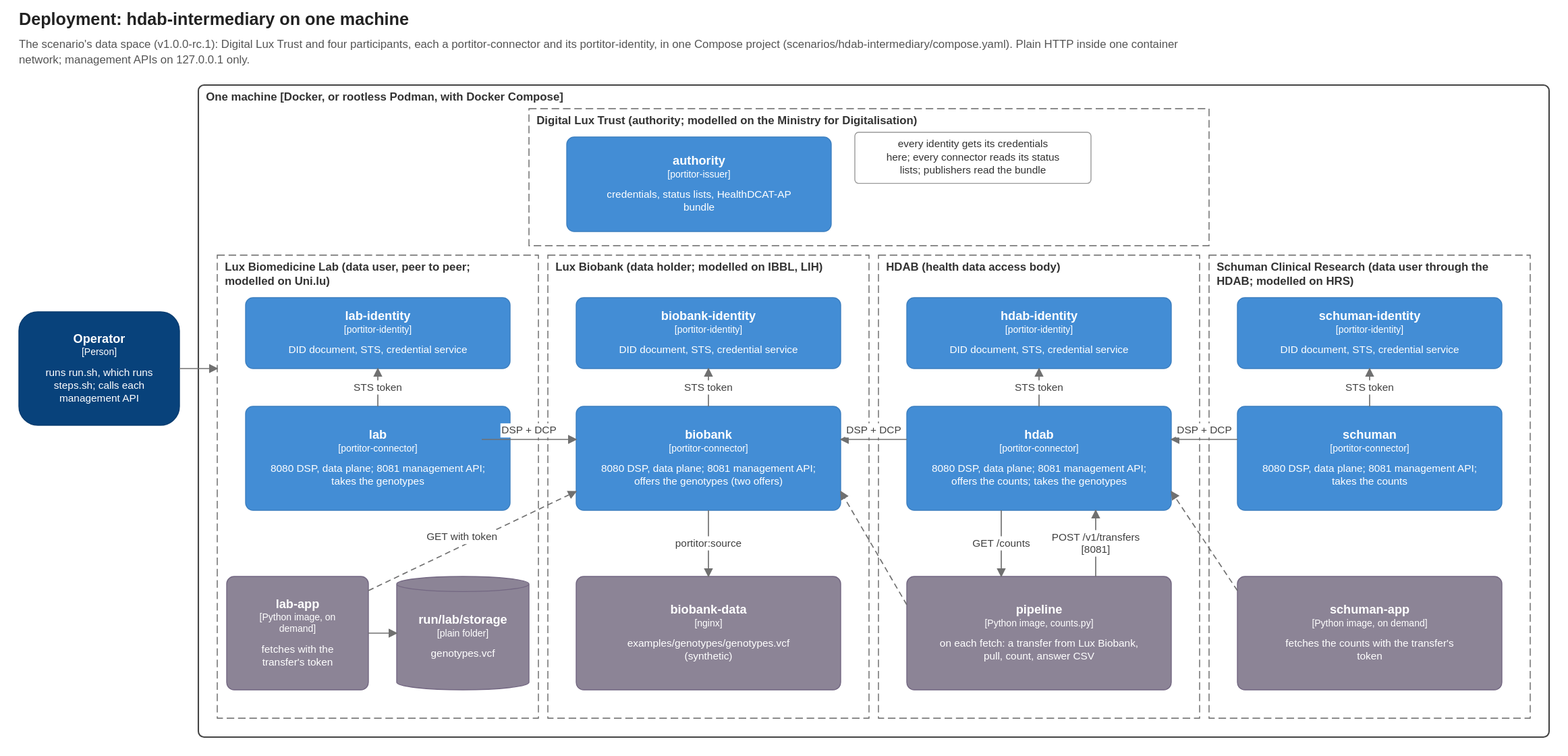
Above: scenarios/hdab-intermediary/diagrams/deployment.drawio.svg in brunopacheco1/portitor (draw.io), before the change. Source tidied: cells renumbered, new cells last; positions are measured from the earlier drawing's top-left corner, leaving out a move shared by most shapes.
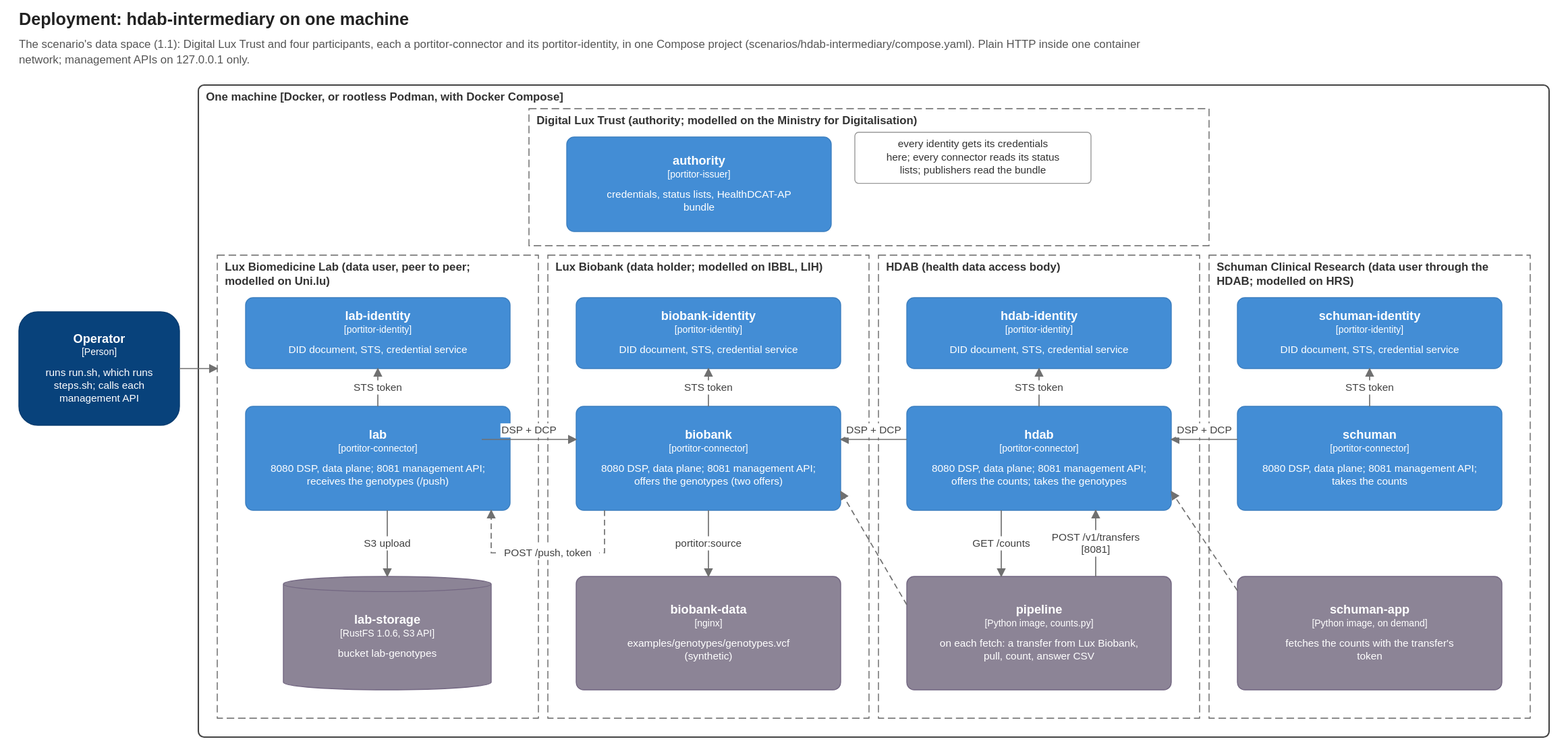
After the change.

Change to the diagram source:
```diff
@@ -5,7 +5,7 @@
     <mxCell id="2" value="Deployment: hdab-intermediary on one machine" style="text;html=1;align=left;verticalAlign=middle;fontSize=18;fontStyle=1;fontColor=#222222;whiteSpace=wrap;" parent="1" vertex="1">
       <mxGeometry width="1620" height="24" as="geometry" />
     </mxCell>
-    <mxCell id="3" value="The scenario's data space (v1.0.0-rc.1): Digital Lux Trust and four participants, each a portitor-connector and its portitor-identity, in one Compose project (scenarios/hdab-intermediary/compose.yaml). Plain HTTP inside one container network; management APIs on 127.0.0.1 only." style="text;html=1;align=left;verticalAlign=top;fontSize=12;fontStyle=0;fontColor=#555555;whiteSpace=wrap;" parent="1" vertex="1">
+    <mxCell id="3" value="The scenario's data space (1.1): Digital Lux Trust and four participants, each a portitor-connector and its portitor-identity, in one Compose project (scenarios/hdab-intermediary/compose.yaml). Plain HTTP inside one container network; management APIs on 127.0.0.1 only." style="text;html=1;align=left;verticalAlign=top;fontSize=12;fontStyle=0;fontColor=#555555;whiteSpace=wrap;" parent="1" vertex="1">
       <mxGeometry y="28" width="1620" height="36" as="geometry" />
     </mxCell>
     <mxCell id="4" value="&lt;b&gt;Operator&lt;/b&gt;&lt;br&gt;&lt;font style=&quot;font-size:10px&quot;&gt;[Person]&lt;/font&gt;&lt;br&gt;&lt;br&gt;&lt;font style=&quot;font-size:11px&quot;&gt;runs run.sh, which runs steps.sh; calls each management API&lt;/font&gt;" style="rounded=1;arcSize=30;whiteSpace=wrap;html=1;fillColor=#08427B;strokeColor=#073B6F;fontColor=#FFFFFF;fontSize=13;align=center;verticalAlign=middle;c4Kind=person;c4Name=Operator;" parent="1" vertex="1">
@@ -29,7 +29,7 @@
     <mxCell id="10" value="&lt;b&gt;lab-identity&lt;/b&gt;&lt;br&gt;&lt;font style=&quot;font-size:10px&quot;&gt;[portitor-identity]&lt;/font&gt;&lt;br&gt;&lt;br&gt;&lt;font style=&quot;font-size:11px&quot;&gt;DID document, STS, credential service&lt;/font&gt;" style="rounded=1;arcSize=8;whiteSpace=wrap;html=1;fillColor=#438DD5;strokeColor=#3C7FC0;fontColor=#FFFFFF;fontSize=13;align=center;verticalAlign=middle;c4Kind=container;c4Name=lab-identity;" parent="1" vertex="1">
       <mxGeometry x="240" y="305" width="280" height="75" as="geometry" />
     </mxCell>
-    <mxCell id="11" value="&lt;b&gt;lab&lt;/b&gt;&lt;br&gt;&lt;font style=&quot;font-size:10px&quot;&gt;[portitor-connector]&lt;/font&gt;&lt;br&gt;&lt;br&gt;&lt;font style=&quot;font-size:11px&quot;&gt;8080 DSP, data plane; 8081 management API; takes the genotypes&lt;/font&gt;" style="rounded=1;arcSize=8;whiteSpace=wrap;html=1;fillColor=#438DD5;strokeColor=#3C7FC0;fontColor=#FFFFFF;fontSize=13;align=center;verticalAlign=middle;c4Kind=container;c4Name=lab;" parent="1" vertex="1">
+    <mxCell id="11" value="&lt;b&gt;lab&lt;/b&gt;&lt;br&gt;&lt;font style=&quot;font-size:10px&quot;&gt;[portitor-connector]&lt;/font&gt;&lt;br&gt;&lt;br&gt;&lt;font style=&quot;font-size:11px&quot;&gt;8080 DSP, data plane; 8081 management API; receives the genotypes (/push)&lt;/font&gt;" style="rounded=1;arcSize=8;whiteSpace=wrap;html=1;fillColor=#438DD5;strokeColor=#3C7FC0;fontColor=#FFFFFF;fontSize=13;align=center;verticalAlign=middle;c4Kind=container;c4Name=lab;" parent="1" vertex="1">
       <mxGeometry x="240" y="420" width="280" height="110" as="geometry" />
     </mxCell>
     <mxCell id="12" value="STS token" style="endArrow=blockThin;endFill=1;html=1;rounded=0;strokeColor=#707070;fontSize=11;fontColor=#404040;labelBackgroundColor=#FFFFFF;" parent="1" edge="1">
@@ -83,16 +83,13 @@
         <mxPoint x="1430" y="380" as="targetPoint" />
       </mxGeometry>
     </mxCell>
-    <mxCell id="25" value="&lt;b&gt;lab-app&lt;/b&gt;&lt;br&gt;&lt;font style=&quot;font-size:10px&quot;&gt;[Python image, on demand]&lt;/font&gt;&lt;br&gt;&lt;br&gt;&lt;font style=&quot;font-size:11px&quot;&gt;fetches with the transfer&amp;#x27;s token&lt;/font&gt;" style="rounded=1;arcSize=8;whiteSpace=wrap;html=1;fillColor=#8C8496;strokeColor=#736782;fontColor=#FFFFFF;fontSize=13;align=center;verticalAlign=middle;c4Kind=external;c4Name=lab-app;" parent="1" vertex="1">
-      <mxGeometry x="220" y="600" width="150" height="120" as="geometry" />
-    </mxCell>
-    <mxCell id="26" value="&lt;b&gt;run/lab/storage&lt;/b&gt;&lt;br&gt;&lt;font style=&quot;font-size:10px&quot;&gt;[plain folder]&lt;/font&gt;&lt;br&gt;&lt;br&gt;&lt;font style=&quot;font-size:11px&quot;&gt;genotypes.vcf&lt;/font&gt;" style="shape=cylinder3;size=12;boundedLbl=1;whiteSpace=wrap;html=1;fillColor=#8C8496;strokeColor=#736782;fontColor=#FFFFFF;fontSize=13;align=center;verticalAlign=middle;c4Kind=database;c4Name=run/lab/storage;" parent="1" vertex="1">
-      <mxGeometry x="400" y="600" width="140" height="120" as="geometry" />
+    <mxCell id="26" value="&lt;b&gt;lab-storage&lt;/b&gt;&lt;br&gt;&lt;font style=&quot;font-size:10px&quot;&gt;[RustFS 1.0.6, S3 API]&lt;/font&gt;&lt;br&gt;&lt;br&gt;&lt;font style=&quot;font-size:11px&quot;&gt;bucket lab-genotypes&lt;/font&gt;" style="shape=cylinder3;size=12;boundedLbl=1;whiteSpace=wrap;html=1;fillColor=#8C8496;strokeColor=#736782;fontColor=#FFFFFF;fontSize=13;align=center;verticalAlign=middle;c4Kind=database;c4Name=lab-storage;" parent="1" vertex="1">
+      <mxGeometry x="280" y="600" width="220" height="120" as="geometry" />
     </mxCell>
-    <mxCell id="27" style="endArrow=blockThin;endFill=1;html=1;rounded=0;strokeColor=#707070;fontSize=11;fontColor=#404040;labelBackgroundColor=#FFFFFF;" parent="1" edge="1">
+    <mxCell id="27" value="S3 upload" style="endArrow=blockThin;endFill=1;html=1;rounded=0;strokeColor=#707070;fontSize=11;fontColor=#404040;labelBackgroundColor=#FFFFFF;" parent="1" edge="1">
       <mxGeometry relative="1" as="geometry">
-        <mxPoint x="370" y="660" as="sourcePoint" />
-        <mxPoint x="400" y="660" as="targetPoint" />
+        <mxPoint x="390" y="530" as="sourcePoint" />
+        <mxPoint x="390" y="600" as="targetPoint" />
       </mxGeometry>
     </mxCell>
     <mxCell id="28" value="&lt;b&gt;biobank-data&lt;/b&gt;&lt;br&gt;&lt;font style=&quot;font-size:10px&quot;&gt;[nginx]&lt;/font&gt;&lt;br&gt;&lt;br&gt;&lt;font style=&quot;font-size:11px&quot;&gt;examples/genotypes/genotypes.vcf (synthetic)&lt;/font&gt;" style="rounded=1;arcSize=8;whiteSpace=wrap;html=1;fillColor=#8C8496;strokeColor=#736782;fontColor=#FFFFFF;fontSize=13;align=center;verticalAlign=middle;c4Kind=external;c4Name=biobank-data;" parent="1" vertex="1">
@@ -140,12 +137,16 @@
         <mxPoint x="1220" y="455" as="targetPoint" />
       </mxGeometry>
     </mxCell>
-    <mxCell id="37" value="GET with token" style="endArrow=blockThin;endFill=1;html=1;rounded=0;strokeColor=#707070;fontSize=11;fontColor=#404040;labelBackgroundColor=#FFFFFF;dashed=1;dashPattern=6 4;" parent="1" edge="1">
-      <mxGeometry relative="1" as="geometry">
-        <mxPoint x="370" y="615" as="sourcePoint" />
-        <mxPoint x="590" y="510" as="targetPoint" />
-      </mxGeometry>
-    </mxCell>
+    <mxCell id="41" value="POST /push, token" style="endArrow=blockThin;endFill=1;html=1;rounded=0;strokeColor=#707070;fontSize=11;fontColor=#404040;labelBackgroundColor=#FFFFFF;dashed=1;dashPattern=6 4;" parent="1" edge="1">
+      <mxGeometry relative="1" as="geometry">
+        <mxPoint x="620" y="530" as="sourcePoint" />
+        <mxPoint x="500" y="530" as="targetPoint" />
+        <Array as="points">
+          <mxPoint x="620" y="575" />
+          <mxPoint x="500" y="575" />
+        </Array>
+      </mxGeometry>
+    </mxCell>
     <mxCell id="38" style="endArrow=blockThin;endFill=1;html=1;rounded=0;strokeColor=#707070;fontSize=11;fontColor=#404040;labelBackgroundColor=#FFFFFF;dashed=1;dashPattern=6 4;" parent="1" edge="1">
       <mxGeometry relative="1" as="geometry">
         <mxPoint x="940" y="630" as="sourcePoint" />
```
